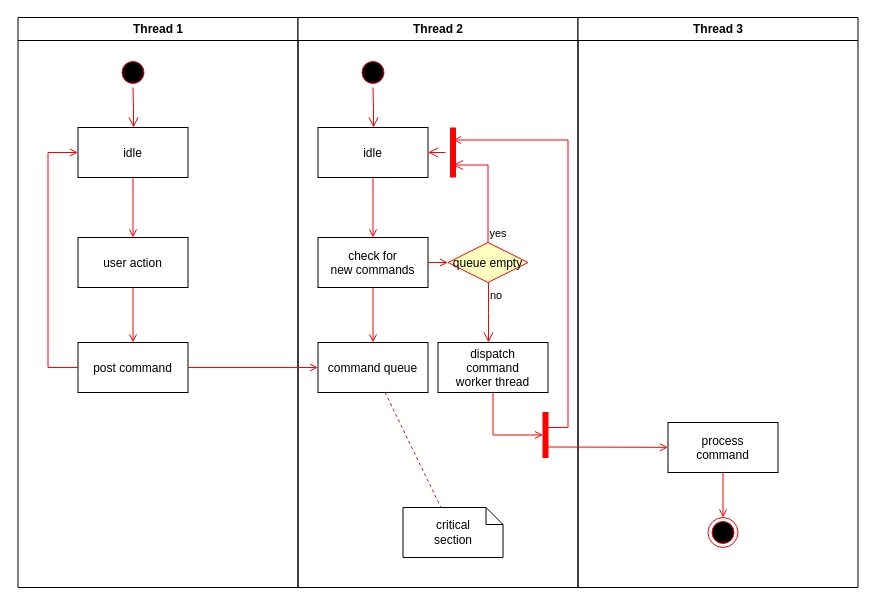
The draw.io diagram logAgent-uml.drawio in zyhui98/drawio, before the edit. Source tidied: cells renumbered, new cells numbered last; positions are measured from the earlier drawing's top-left corner, leaving out a move shared by most shapes. Both pictures are drawn from the tidied source at 100%, with x=0, y=0 at pixel (17, 17).
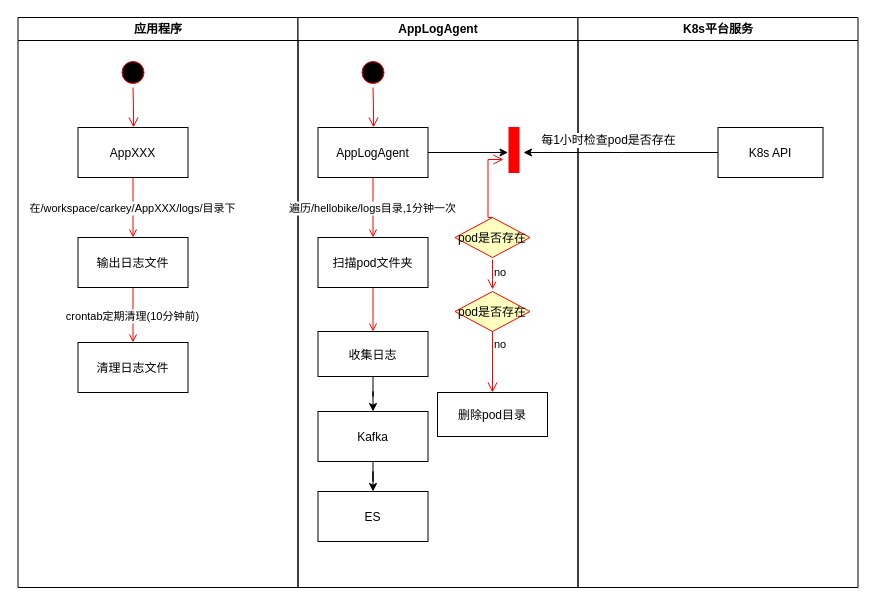
The same diagram, later.

Diff of the diagram source:
```diff
@@
-    <mxCell id="2" value="Thread 1" style="swimlane;whiteSpace=wrap;" parent="1" vertex="1">
+    <mxCell id="2" value="应用程序" style="swimlane;whiteSpace=wrap;" parent="1" vertex="1">
       <mxGeometry x="0.5" width="280" height="570" as="geometry" />
     </mxCell>
@@
-    <mxCell id="5" value="idle" parent="2" vertex="1">
+    <mxCell id="5" value="AppXXX" parent="2" vertex="1">
       <mxGeometry x="60" y="110" width="110" height="50" as="geometry" />
     </mxCell>
-    <mxCell id="6" value="user action" parent="2" vertex="1">
+    <mxCell id="6" value="输出日志文件" parent="2" vertex="1">
       <mxGeometry x="60" y="220" width="110" height="50" as="geometry" />
     </mxCell>
-    <mxCell id="7" style="endArrow=open;strokeColor=#FF0000;endFill=1;rounded=0;" parent="2" edge="1" source="5" target="6">
+    <mxCell id="7" value="在/workspace/carkey/AppXXX/logs/目录下" style="endArrow=open;strokeColor=#FF0000;endFill=1;rounded=0;" parent="2" edge="1" source="5" target="6">
       <mxGeometry relative="1" as="geometry" />
     </mxCell>
-    <mxCell id="8" value="post command" parent="2" vertex="1">
+    <mxCell id="8" value="清理日志文件" parent="2" vertex="1">
       <mxGeometry x="60" y="325" width="110" height="50" as="geometry" />
     </mxCell>
-    <mxCell id="9" style="endArrow=open;strokeColor=#FF0000;endFill=1;rounded=0;" parent="2" edge="1" source="6" target="8">
+    <mxCell id="9" value="crontab定期清理(10分钟前)" style="endArrow=open;strokeColor=#FF0000;endFill=1;rounded=0;" parent="2" edge="1" source="6" target="8">
       <mxGeometry relative="1" as="geometry" />
     </mxCell>
-    <mxCell id="10" style="edgeStyle=elbowEdgeStyle;elbow=horizontal;strokeColor=#FF0000;endArrow=open;endFill=1;rounded=0;" parent="2" edge="1" source="8" target="5">
-      <mxGeometry relative="1" as="geometry">
-        <Array as="points">
-          <mxPoint x="30" y="250" />
-        </Array>
-      </mxGeometry>
-    </mxCell>
-    <mxCell id="11" value="Thread 2" style="swimlane;whiteSpace=wrap;" parent="1" vertex="1">
+    <mxCell id="11" value="AppLogAgent" style="swimlane;whiteSpace=wrap;" parent="1" vertex="1">
       <mxGeometry x="280.5" width="280" height="570" as="geometry" />
     </mxCell>
@@
+    <mxCell id="37" style="edgeStyle=orthogonalEdgeStyle;rounded=0;jettySize=auto;html=1;" parent="11" edge="1" source="14">
+      <mxGeometry relative="1" as="geometry">
+        <mxPoint x="210" y="135" as="targetPoint" />
+      </mxGeometry>
+    </mxCell>
-    <mxCell id="14" value="idle" parent="11" vertex="1">
+    <mxCell id="14" value="AppLogAgent" parent="11" vertex="1">
       <mxGeometry x="20" y="110" width="110" height="50" as="geometry" />
     </mxCell>
-    <mxCell id="15" value="check for &#10;new commands" parent="11" vertex="1">
+    <mxCell id="15" value="扫描pod文件夹" parent="11" vertex="1">
       <mxGeometry x="20" y="220" width="110" height="50" as="geometry" />
     </mxCell>
-    <mxCell id="16" style="endArrow=open;strokeColor=#FF0000;endFill=1;rounded=0;" parent="11" edge="1" source="14" target="15">
+    <mxCell id="16" value="遍历/hellobike/logs目录,1分钟一次" style="endArrow=open;strokeColor=#FF0000;endFill=1;rounded=0;" parent="11" edge="1" source="14" target="15">
       <mxGeometry relative="1" as="geometry" />
     </mxCell>
+    <mxCell id="38" style="edgeStyle=orthogonalEdgeStyle;rounded=0;jettySize=auto;html=1;" parent="11" edge="1" source="17" target="40">
+      <mxGeometry relative="1" as="geometry" />
+    </mxCell>
-    <mxCell id="17" value="command queue" parent="11" vertex="1">
-      <mxGeometry x="20" y="325" width="110" height="50" as="geometry" />
+    <mxCell id="17" value="收集日志" parent="11" vertex="1">
+      <mxGeometry x="20" y="314" width="110" height="45" as="geometry" />
     </mxCell>
@@
-    <mxCell id="19" value="queue empty" style="rhombus;fillColor=#ffffc0;strokeColor=#ff0000;" parent="11" vertex="1">
-      <mxGeometry x="150" y="225" width="80" height="40" as="geometry" />
+    <mxCell id="19" value="pod是否存在" style="rhombus;fillColor=#ffffc0;strokeColor=#ff0000;flipV=1;flipH=0;" parent="11" vertex="1">
+      <mxGeometry x="157" y="200" width="75" height="40" as="geometry" />
     </mxCell>
-    <mxCell id="20" value="yes" style="edgeStyle=elbowEdgeStyle;elbow=horizontal;align=left;verticalAlign=bottom;endArrow=open;endSize=8;strokeColor=#FF0000;exitX=0.5;exitY=0;endFill=1;rounded=0;entryX=0.75;entryY=0.5;entryPerimeter=0;" parent="11" edge="1" source="19" target="23">
+    <mxCell id="20" style="edgeStyle=elbowEdgeStyle;elbow=horizontal;align=left;verticalAlign=bottom;endArrow=open;endSize=8;strokeColor=#FF0000;exitX=0.5;exitY=0;endFill=1;rounded=0;" parent="11" edge="1" source="19">
       <mxGeometry x="-1" relative="1" as="geometry">
+        <mxPoint x="205.5" y="142" as="targetPoint" />
         <Array as="points">
           <mxPoint x="190" y="180" />
         </Array>
       </mxGeometry>
     </mxCell>
-    <mxCell id="21" value="no" style="edgeStyle=elbowEdgeStyle;elbow=horizontal;align=left;verticalAlign=top;endArrow=open;endSize=8;strokeColor=#FF0000;endFill=1;rounded=0;" parent="11" edge="1" source="19" target="25">
+    <mxCell id="21" value="no" style="edgeStyle=elbowEdgeStyle;elbow=horizontal;align=left;verticalAlign=top;endArrow=open;endSize=8;strokeColor=#FF0000;endFill=1;rounded=0;" parent="11" edge="1" source="42" target="25">
       <mxGeometry x="-1" relative="1" as="geometry" />
     </mxCell>
-    <mxCell id="22" style="endArrow=open;strokeColor=#FF0000;endFill=1;rounded=0;" parent="11" edge="1" source="15" target="19">
-      <mxGeometry relative="1" as="geometry" />
-    </mxCell>
-    <mxCell id="23" style="shape=line;strokeWidth=6;strokeColor=#ff0000;rotation=90;" parent="11" vertex="1">
-      <mxGeometry x="130" y="127.5" width="50" height="15" as="geometry" />
-    </mxCell>
-    <mxCell id="24" style="edgeStyle=elbowEdgeStyle;elbow=horizontal;verticalAlign=bottom;endArrow=open;endSize=8;strokeColor=#FF0000;endFill=1;rounded=0;" parent="11" edge="1" source="23" target="14">
-      <mxGeometry x="130" y="90" as="geometry" />
-    </mxCell>
-    <mxCell id="25" value="dispatch&#10;command&#10;worker thread" parent="11" vertex="1">
-      <mxGeometry x="140" y="325" width="110" height="50" as="geometry" />
+    <mxCell id="25" value="删除pod目录" parent="11" vertex="1">
+      <mxGeometry x="139.5" y="375" width="110" height="44" as="geometry" />
     </mxCell>
-    <mxCell id="26" value="critical&#10;section" style="shape=note;whiteSpace=wrap;size=17;" parent="11" vertex="1">
-      <mxGeometry x="105" y="490" width="100" height="50" as="geometry" />
-    </mxCell>
-    <mxCell id="27" style="endArrow=none;strokeColor=#FF0000;endFill=0;rounded=0;dashed=1;" parent="11" edge="1" source="17" target="26">
-      <mxGeometry relative="1" as="geometry" />
-    </mxCell>
     <mxCell id="28" style="whiteSpace=wrap;strokeColor=#FF0000;fillColor=#FF0000;" parent="11" vertex="1">
-      <mxGeometry x="245" y="395" width="5" height="45" as="geometry" />
+      <mxGeometry x="211" y="110" width="10" height="45" as="geometry" />
     </mxCell>
-    <mxCell id="29" style="edgeStyle=elbowEdgeStyle;elbow=horizontal;entryX=0;entryY=0.5;strokeColor=#FF0000;endArrow=open;endFill=1;rounded=0;" parent="11" edge="1" source="25" target="28">
-      <mxGeometry relative="1" as="geometry">
-        <Array as="points">
-          <mxPoint x="195" y="400" />
-        </Array>
-      </mxGeometry>
-    </mxCell>
+    <mxCell id="39" style="edgeStyle=orthogonalEdgeStyle;rounded=0;jettySize=auto;html=1;" parent="11" edge="1" source="40" target="41">
+      <mxGeometry relative="1" as="geometry" />
+    </mxCell>
+    <mxCell id="40" value="Kafka" parent="11" vertex="1">
+      <mxGeometry x="20" y="394" width="110" height="50" as="geometry" />
+    </mxCell>
+    <mxCell id="41" value="ES" parent="11" vertex="1">
+      <mxGeometry x="20" y="474" width="110" height="50" as="geometry" />
+    </mxCell>
+    <mxCell id="42" value="pod是否存在" style="rhombus;fillColor=#ffffc0;strokeColor=#ff0000;flipV=1;flipH=0;" parent="11" vertex="1">
+      <mxGeometry x="157" y="274" width="75" height="40" as="geometry" />
+    </mxCell>
+    <mxCell id="43" value="no" style="edgeStyle=elbowEdgeStyle;elbow=vertical;align=left;verticalAlign=top;endArrow=open;endSize=8;strokeColor=#FF0000;endFill=1;rounded=0;" parent="11" edge="1">
+      <mxGeometry x="-1" relative="1" as="geometry">
+        <mxPoint x="194.5" y="242" as="sourcePoint" />
+        <mxPoint x="194.5" y="272" as="targetPoint" />
+        <Array as="points">
+          <mxPoint x="195" y="262" />
+        </Array>
+      </mxGeometry>
+    </mxCell>
-    <mxCell id="30" value="Thread 3" style="swimlane;whiteSpace=wrap;" parent="1" vertex="1">
+    <mxCell id="30" value="K8s平台服务" style="swimlane;whiteSpace=wrap;" parent="1" vertex="1">
       <mxGeometry x="560.5" width="280" height="570" as="geometry" />
     </mxCell>
-    <mxCell id="31" value="process&#10;command" parent="30" vertex="1">
-      <mxGeometry x="90" y="405" width="110" height="50" as="geometry" />
+    <mxCell id="31" value="K8s API" parent="30" vertex="1">
+      <mxGeometry x="140" y="110" width="105" height="50" as="geometry" />
     </mxCell>
-    <mxCell id="32" style="edgeStyle=elbowEdgeStyle;elbow=horizontal;strokeColor=#FF0000;endArrow=open;endFill=1;rounded=0;entryX=0.25;entryY=0.5;entryPerimeter=0;" parent="30" edge="1" target="23">
-      <mxGeometry relative="1" as="geometry">
-        <mxPoint x="-30" y="410" as="sourcePoint" />
-        <Array as="points">
-          <mxPoint x="-10" y="135" />
-        </Array>
-      </mxGeometry>
-    </mxCell>
-    <mxCell id="33" style="edgeStyle=none;strokeColor=#FF0000;endArrow=open;endFill=1;rounded=0;" parent="30" edge="1" target="31">
-      <mxGeometry relative="1" as="geometry">
-        <mxPoint x="-30" y="429.5" as="sourcePoint" />
-      </mxGeometry>
-    </mxCell>
-    <mxCell id="34" style="ellipse;shape=endState;fillColor=#000000;strokeColor=#ff0000;" parent="30" vertex="1">
-      <mxGeometry x="130" y="500" width="30" height="30" as="geometry" />
-    </mxCell>
-    <mxCell id="35" style="endArrow=open;strokeColor=#FF0000;endFill=1;rounded=0;" parent="30" edge="1" source="31" target="34">
-      <mxGeometry relative="1" as="geometry" />
-    </mxCell>
-    <mxCell id="36" style="endArrow=open;strokeColor=#FF0000;endFill=1;rounded=0;" parent="1" edge="1" source="8" target="17">
-      <mxGeometry relative="1" as="geometry" />
-    </mxCell>
+    <mxCell id="44" style="edgeStyle=orthogonalEdgeStyle;rounded=0;jettySize=auto;html=1;" parent="1" edge="1" source="31">
+      <mxGeometry relative="1" as="geometry">
+        <mxPoint x="506" y="135" as="targetPoint" />
+      </mxGeometry>
+    </mxCell>
+    <mxCell id="45" value="每1小时检查pod是否存在" style="text;html=1;align=center;verticalAlign=middle;labelBackgroundColor=#ffffff;" parent="44" vertex="1">
+      <mxGeometry x="0.4" y="-2" relative="1" as="geometry">
+        <mxPoint x="26.5" y="-11" as="offset" />
+      </mxGeometry>
+    </mxCell>
```
